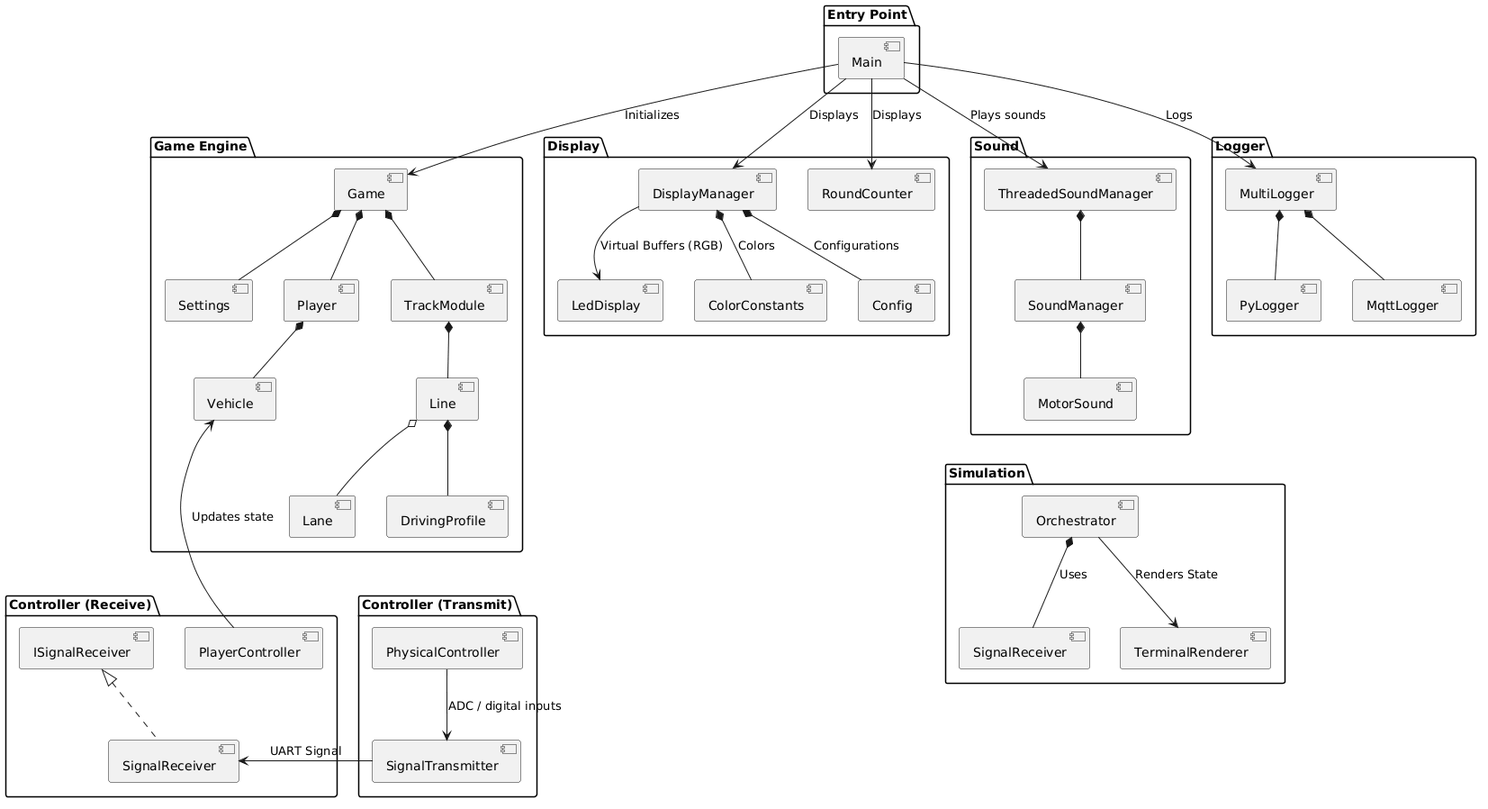
The PlantUML diagram docs/diagrams/out/game-engine/game-engine.png in s-voelkl/LumenTrace, before a commit.
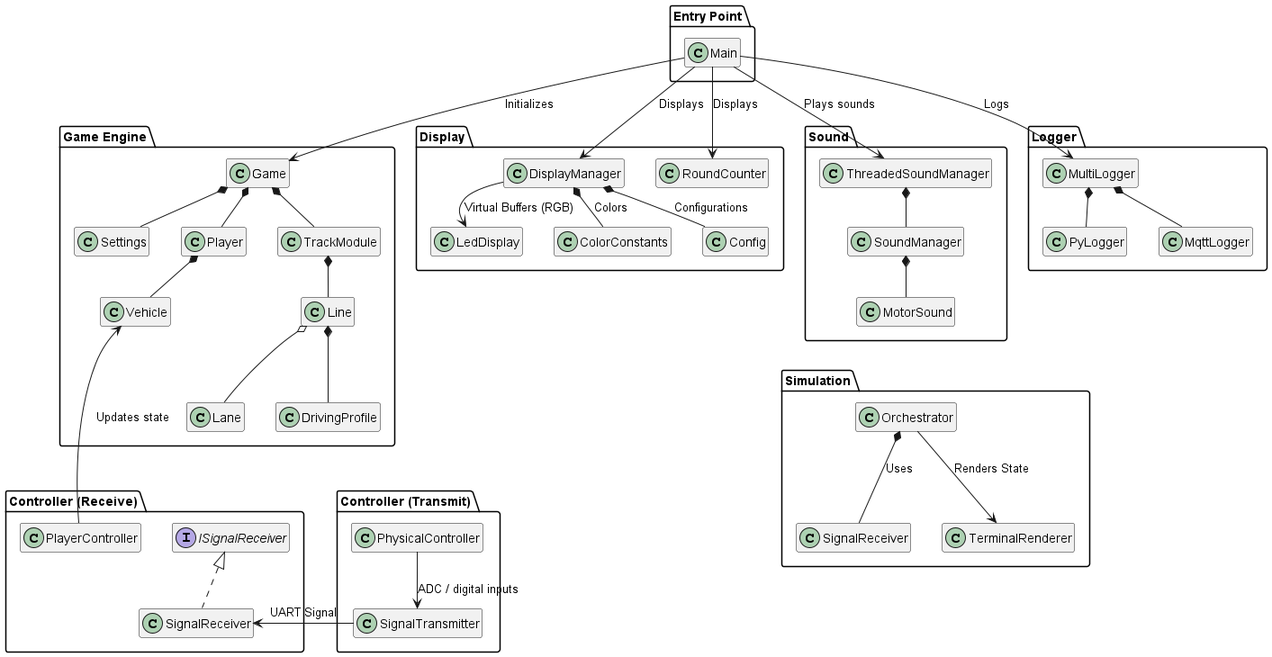
After the change.

What changed in the source:
```diff
@@ -1,90 +1,95 @@
 @startuml
+skinparam componentStyle uml2
+hide members
+top to bottom direction
+skinparam nodesep 35
+skinparam ranksep 25
 
 package "Controller (Transmit)" {
-  [SignalTransmitter]
-  [PhysicalController]
+  class "SignalTransmitter" as SignalTransmitter
+  class "PhysicalController" as PhysicalController
 }
 
 package "Controller (Receive)" {
-  [ISignalReceiver]
-  [SignalReceiver]
-  [PlayerController]
+  interface "ISignalReceiver" as ISignalReceiver
+  class "SignalReceiver" as SignalReceiver
+  class "PlayerController" as PlayerController
 }
 
 package "Game Engine" {
-  [Game] as GameMain
-  [Settings]
-  [Player]
-  [Vehicle]
-  [TrackModule]
-  [Line]
-  [Lane]
-  [DrivingProfile]
+  class "Game" as GameMain
+  class "Settings" as Settings
+  class "Player" as Player
+  class "Vehicle" as Vehicle
+  class "TrackModule" as TrackModule
+  class "Line" as Line
+  class "Lane" as Lane
+  class "DrivingProfile" as DrivingProfile
 
-  GameMain *-- [Settings]
-  GameMain *-- [Player]
-  GameMain *-- [TrackModule]
-  [Player] *-- [Vehicle]
-  [TrackModule] *-- [Line]
-  [Line] *-- [DrivingProfile]
-  [Line] o-- [Lane]
+  GameMain *-- Settings
+  GameMain *-- Player
+  GameMain *-- TrackModule
+  Player *-- Vehicle
+  TrackModule *-- Line
+  Line *-- DrivingProfile
+  Line o-- Lane
 }
 
 package "Display" {
-  [DisplayManager]
-  [LedDisplay]
-  [ColorConstants]
-  [Config]
-  [RoundCounter]
+  class "DisplayManager" as DisplayManager
+  class "LedDisplay" as LedDisplay
+  class "ColorConstants" as ColorConstants
+  class "Config" as Config
+  class "RoundCounter" as RoundCounter
 }
 
 package "Sound" {
-  [ThreadedSoundManager]
-  [SoundManager]
-  [MotorSound]
+  class "ThreadedSoundManager" as ThreadedSoundManager
+  class "SoundManager" as SoundManager
+  class "MotorSound" as MotorSound
 }
 
 package "Logger" {
-  [MultiLogger]
-  [PyLogger]
-  [MqttLogger]
+  class "MultiLogger" as MultiLogger
+  class "PyLogger" as PyLogger
+  class "MqttLogger" as MqttLogger
 }
 
 package "Simulation" {
-  [Orchestrator]
-  [SignalReceiver] as SimulationSignalReceiver
-  [TerminalRenderer]
+  class "Orchestrator" as Orchestrator
+  class "SignalReceiver" as SimulationSignalReceiver
+  class "TerminalRenderer" as TerminalRenderer
 }
 
 package "Entry Point" {
-  [Main]
+  class "Main" as Main
 }
 
-[Main] --> GameMain : Initializes
-[Main] --> [DisplayManager] : Displays
-[Main] --> [RoundCounter] : Displays
-[Main] --> [ThreadedSoundManager] : Plays sounds
-[Main] --> [MultiLogger] : Logs
+Main --> GameMain : Initializes
+Main --> DisplayManager : Displays
+Main --> RoundCounter : Displays
+Main --> ThreadedSoundManager : Plays sounds
+Main --> MultiLogger : Logs
 
-[PhysicalController] --> [SignalTransmitter] : ADC / digital inputs
-[SignalTransmitter] --> [SignalReceiver] : UART Signal
-[ISignalReceiver] <|.. [SignalReceiver]
+PhysicalController --> SignalTransmitter : ADC / digital inputs
+SignalTransmitter --> SignalReceiver : UART Signal
+ISignalReceiver <|.. SignalReceiver
 
-[PlayerController] --> [Vehicle] : Updates state
+PlayerController --> Vehicle : Updates state
 
-[DisplayManager] --> [LedDisplay] : Virtual Buffers (RGB)
-[DisplayManager] *-- [Config] : Configurations
-[DisplayManager] *-- [ColorConstants] : Colors
+DisplayManager --> LedDisplay : Virtual Buffers (RGB)
+DisplayManager *-- Config : Configurations
+DisplayManager *-- ColorConstants : Colors
 
 
-[ThreadedSoundManager] *-- [SoundManager]
-[SoundManager] *-- [MotorSound]
+ThreadedSoundManager *-- SoundManager
+SoundManager *-- MotorSound
 
-[MultiLogger] *-- [PyLogger]
-[MultiLogger] *-- [MqttLogger]
+MultiLogger *-- PyLogger
+MultiLogger *-- MqttLogger
 
-[Orchestrator] --> [TerminalRenderer] : Renders State
-[Orchestrator] *-- SimulationSignalReceiver : Uses
+Orchestrator --> TerminalRenderer : Renders State
+Orchestrator *-- SimulationSignalReceiver : Uses
 
 MotorSound -[hidden]down-> Orchestrator
 DrivingProfile -[hidden]down-> PhysicalController
```
